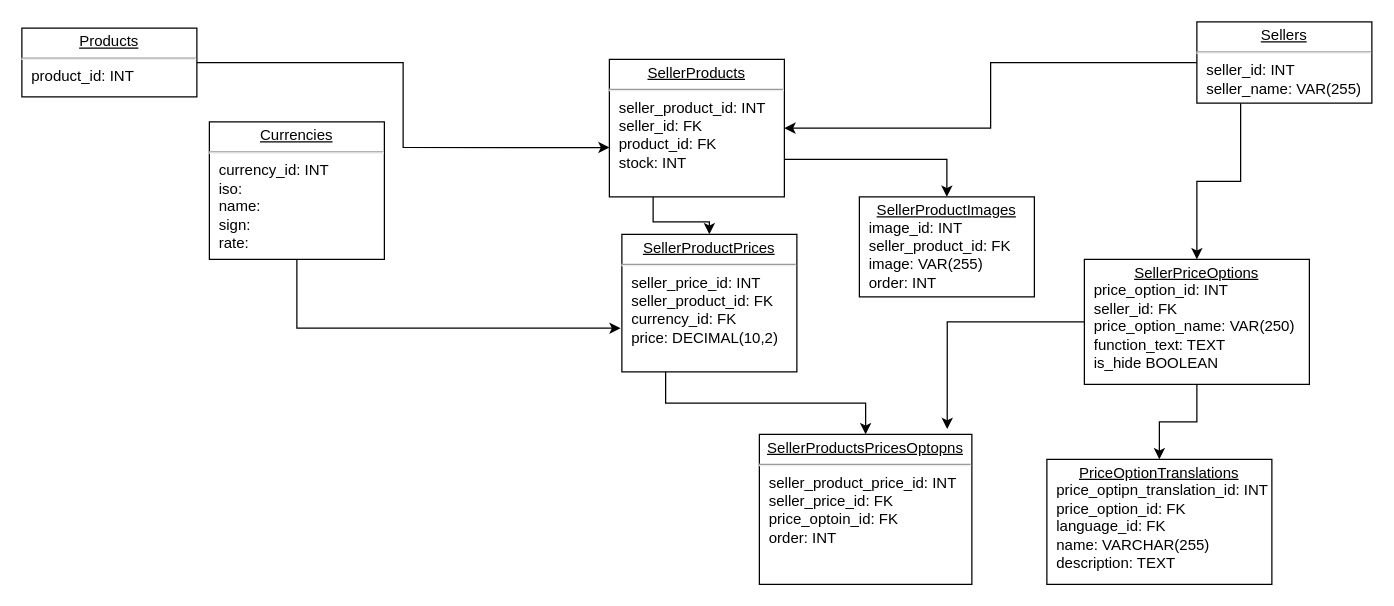
Above: Диаграмма без названия.drawio in vinter-man/db_draw_io (draw.io), before the change. Source tidied: cells renumbered, new cells numbered last; positions are measured from the earlier drawing's top-left corner, leaving out a move shared by most shapes. Both pictures are drawn from the tidied source at 125%, with x=0, y=0 at pixel (21, 21).
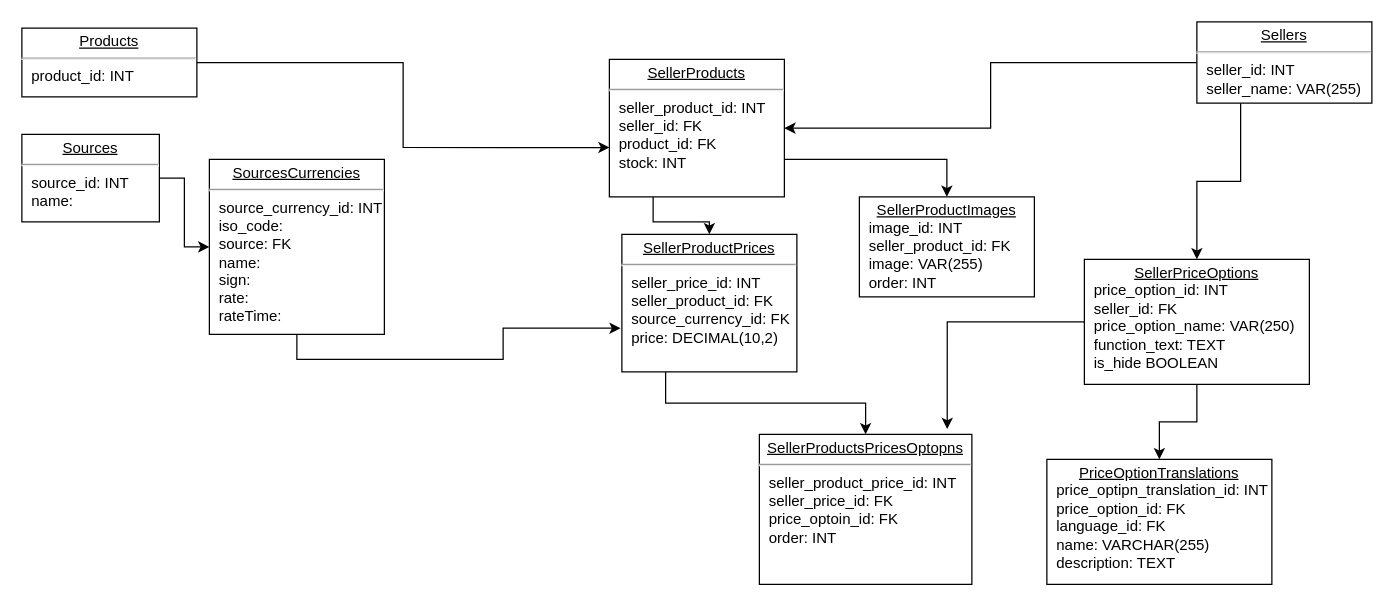
The same page after the edit.

Commit message:
add cur sources new table

The edit, as a diff of the source:
```diff
@@
-    <mxCell id="15" value="&lt;p style=&quot;margin: 0px ; margin-top: 4px ; text-align: center ; text-decoration: underline&quot;&gt;SellerProductPrices&lt;/p&gt;&lt;hr&gt;&lt;p style=&quot;margin: 0px ; margin-left: 8px&quot;&gt;seller_price_id: INT&lt;/p&gt;&lt;p style=&quot;margin: 0px ; margin-left: 8px&quot;&gt;seller_product_id: FK&lt;/p&gt;&lt;p style=&quot;margin: 0px ; margin-left: 8px&quot;&gt;currency_id: FK&lt;/p&gt;&lt;p style=&quot;margin: 0px ; margin-left: 8px&quot;&gt;price: DECIMAL(10,2)&lt;br&gt;&lt;/p&gt;&lt;p style=&quot;margin: 0px ; margin-left: 8px&quot;&gt;&lt;br&gt;&lt;/p&gt;" style="verticalAlign=top;align=left;overflow=fill;fontSize=12;fontFamily=Helvetica;html=1;rounded=0;shadow=0;comic=0;labelBackgroundColor=none;strokeWidth=1;" parent="1" vertex="1">
+    <mxCell id="15" value="&lt;p style=&quot;margin: 0px ; margin-top: 4px ; text-align: center ; text-decoration: underline&quot;&gt;SellerProductPrices&lt;/p&gt;&lt;hr&gt;&lt;p style=&quot;margin: 0px ; margin-left: 8px&quot;&gt;seller_price_id: INT&lt;/p&gt;&lt;p style=&quot;margin: 0px ; margin-left: 8px&quot;&gt;seller_product_id: FK&lt;/p&gt;&lt;p style=&quot;margin: 0px ; margin-left: 8px&quot;&gt;source_currency_id: FK&lt;/p&gt;&lt;p style=&quot;margin: 0px ; margin-left: 8px&quot;&gt;price: DECIMAL(10,2)&lt;br&gt;&lt;/p&gt;&lt;p style=&quot;margin: 0px ; margin-left: 8px&quot;&gt;&lt;br&gt;&lt;/p&gt;" style="verticalAlign=top;align=left;overflow=fill;fontSize=12;fontFamily=Helvetica;html=1;rounded=0;shadow=0;comic=0;labelBackgroundColor=none;strokeWidth=1;" parent="1" vertex="1">
       <mxGeometry x="480" y="170" width="140" height="110" as="geometry" />
     </mxCell>
-    <mxCell id="16" value="&lt;p style=&quot;margin: 0px ; margin-top: 4px ; text-align: center ; text-decoration: underline&quot;&gt;Currencies&lt;/p&gt;&lt;hr&gt;&lt;p style=&quot;margin: 0px ; margin-left: 8px&quot;&gt;currency_id: INT&lt;/p&gt;&lt;p style=&quot;margin: 0px ; margin-left: 8px&quot;&gt;iso:&amp;nbsp;&lt;/p&gt;&lt;p style=&quot;margin: 0px ; margin-left: 8px&quot;&gt;name:&lt;/p&gt;&lt;p style=&quot;margin: 0px ; margin-left: 8px&quot;&gt;sign:&lt;/p&gt;&lt;p style=&quot;margin: 0px ; margin-left: 8px&quot;&gt;rate:&lt;/p&gt;&lt;p style=&quot;margin: 0px ; margin-left: 8px&quot;&gt;&lt;br&gt;&lt;/p&gt;" style="verticalAlign=top;align=left;overflow=fill;fontSize=12;fontFamily=Helvetica;html=1;rounded=0;shadow=0;comic=0;labelBackgroundColor=none;strokeWidth=1;" parent="1" vertex="1">
-      <mxGeometry x="150" y="80" width="140" height="110" as="geometry" />
+    <mxCell id="16" value="&lt;p style=&quot;margin: 0px ; margin-top: 4px ; text-align: center ; text-decoration: underline&quot;&gt;SourcesCurrencies&lt;/p&gt;&lt;hr&gt;&lt;p style=&quot;margin: 0px ; margin-left: 8px&quot;&gt;source_currency_id: INT&lt;/p&gt;&lt;p style=&quot;margin: 0px ; margin-left: 8px&quot;&gt;iso_code:&amp;nbsp;&lt;/p&gt;&lt;p style=&quot;margin: 0px ; margin-left: 8px&quot;&gt;source: FK&lt;/p&gt;&lt;p style=&quot;margin: 0px ; margin-left: 8px&quot;&gt;name:&lt;/p&gt;&lt;p style=&quot;margin: 0px ; margin-left: 8px&quot;&gt;sign:&lt;/p&gt;&lt;p style=&quot;margin: 0px ; margin-left: 8px&quot;&gt;rate:&lt;/p&gt;&lt;p style=&quot;margin: 0px ; margin-left: 8px&quot;&gt;rateTime:&lt;/p&gt;&lt;p style=&quot;margin: 0px ; margin-left: 8px&quot;&gt;&lt;br&gt;&lt;/p&gt;&lt;p style=&quot;margin: 0px ; margin-left: 8px&quot;&gt;&lt;br&gt;&lt;/p&gt;" style="verticalAlign=top;align=left;overflow=fill;fontSize=12;fontFamily=Helvetica;html=1;rounded=0;shadow=0;comic=0;labelBackgroundColor=none;strokeWidth=1;" parent="1" vertex="1">
+      <mxGeometry x="150" y="110" width="140" height="140" as="geometry" />
     </mxCell>
@@
+    <mxCell id="20" style="edgeStyle=orthogonalEdgeStyle;rounded=0;jettySize=auto;html=1;exitX=1;exitY=0.5;exitDx=0;exitDy=0;entryX=0;entryY=0.5;entryDx=0;entryDy=0;" parent="1" edge="1" source="21" target="16">
+      <mxGeometry relative="1" as="geometry" />
+    </mxCell>
+    <mxCell id="21" value="&lt;p style=&quot;margin: 0px ; margin-top: 4px ; text-align: center ; text-decoration: underline&quot;&gt;Sources&lt;/p&gt;&lt;hr&gt;&lt;p style=&quot;margin: 0px ; margin-left: 8px&quot;&gt;source_id: INT&lt;/p&gt;&lt;p style=&quot;margin: 0px ; margin-left: 8px&quot;&gt;name:&lt;/p&gt;&lt;p style=&quot;margin: 0px ; margin-left: 8px&quot;&gt;&lt;br&gt;&lt;/p&gt;&lt;p style=&quot;margin: 0px ; margin-left: 8px&quot;&gt;&lt;br&gt;&lt;/p&gt;" style="verticalAlign=top;align=left;overflow=fill;fontSize=12;fontFamily=Helvetica;html=1;rounded=0;shadow=0;comic=0;labelBackgroundColor=none;strokeWidth=1;" parent="1" vertex="1">
+      <mxGeometry y="90" width="110" height="70" as="geometry" />
+    </mxCell>
```
